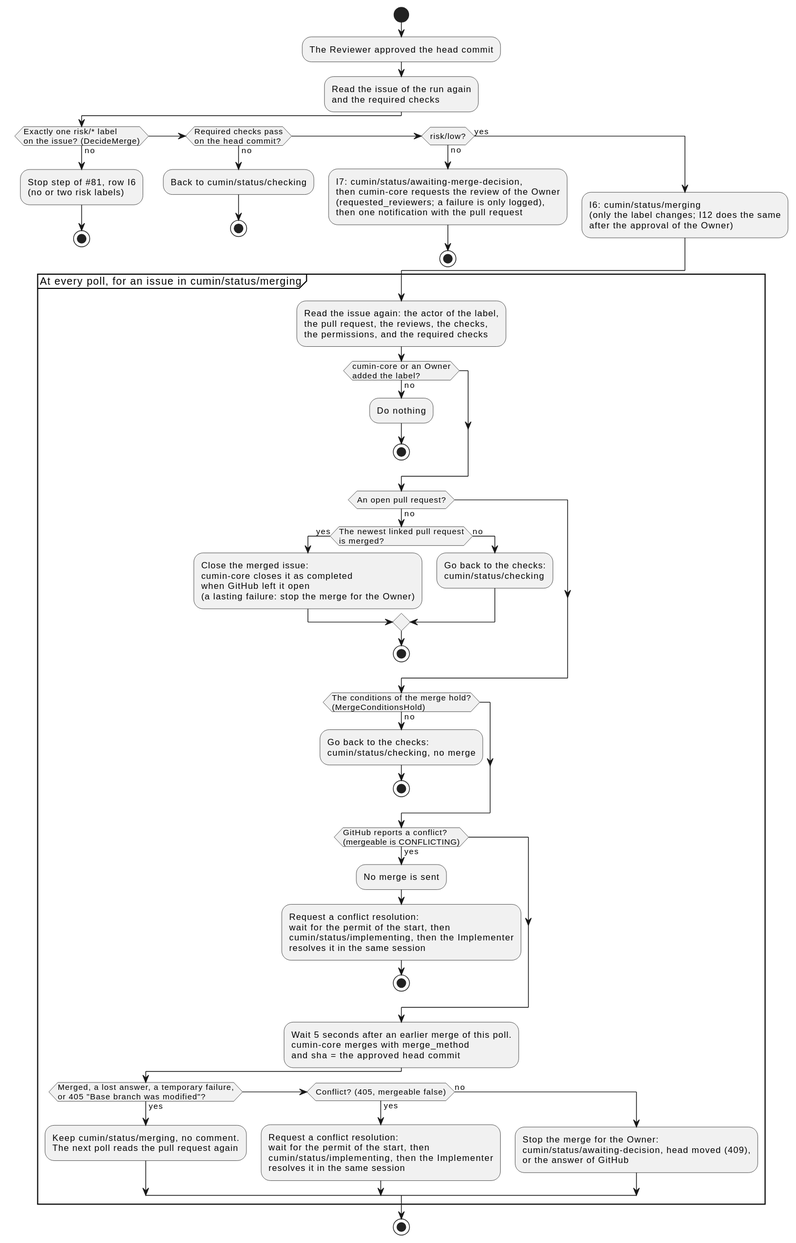
Above: docs/ja/designs/poll-merge.svg in cloveclovedev/cumin-works (PlantUML), before the change.
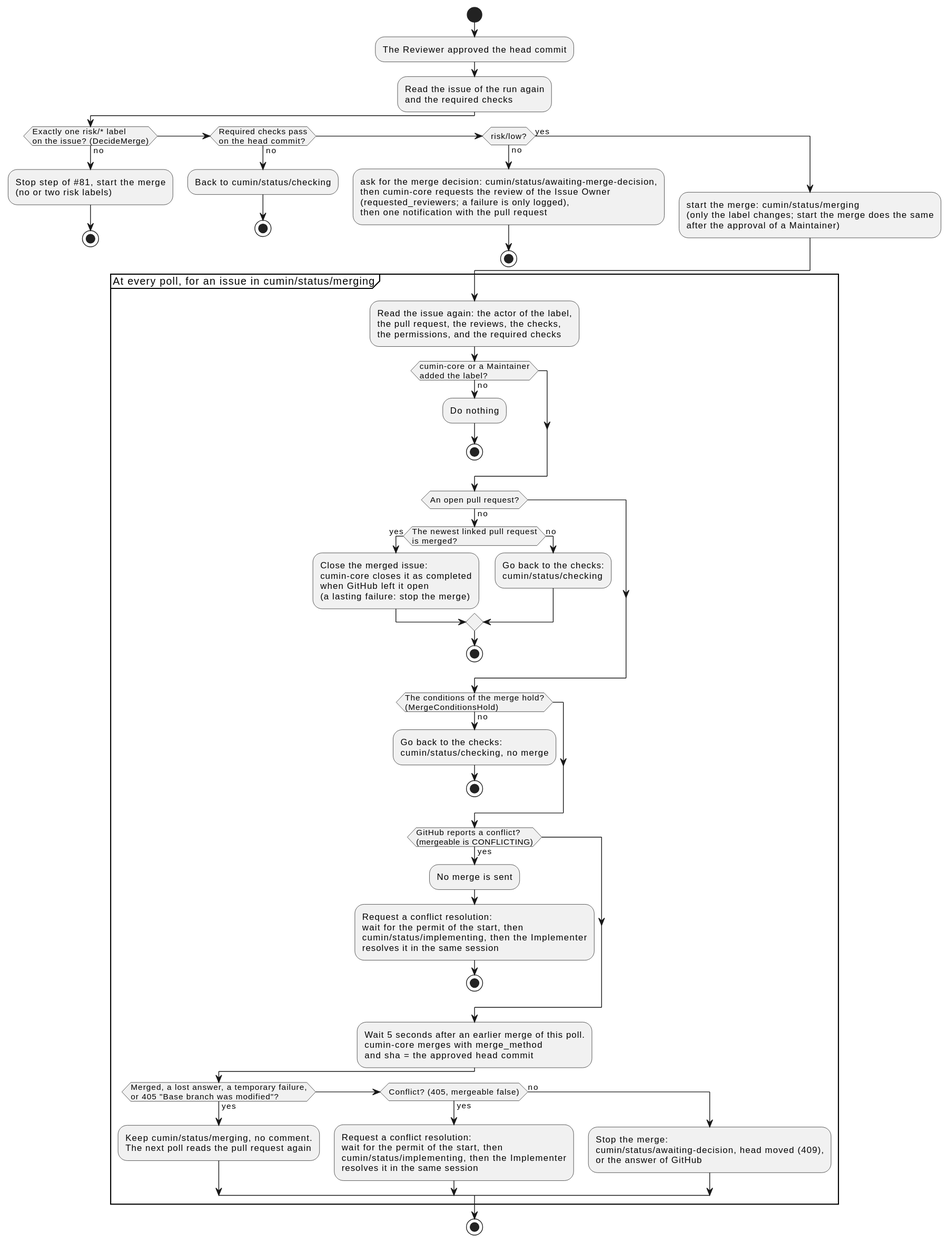
Above is the later version.

The edit, as a diff of the source:
```diff
@@ -8,7 +8,7 @@
 and the required checks;
 if (Exactly one risk/* label
 on the issue? (DecideMerge)) then (no)
-  :Stop step of #81, row I6
+  :Stop step of #81, start the merge
   (no or two risk labels);
   stop
 elseif (Required checks pass
@@ -16,21 +16,21 @@
   :Back to cumin/status/checking;
   stop
 elseif (risk/low?) then (no)
-  :I7: cumin/status/awaiting-merge-decision,
-  then cumin-core requests the review of the Owner
+  :ask for the merge decision: cumin/status/awaiting-merge-decision,
+  then cumin-core requests the review of the Issue Owner
   (requested_reviewers; a failure is only logged),
   then one notification with the pull request;
   stop
 else (yes)
-  :I6: cumin/status/merging
-  (only the label changes; I12 does the same
-  after the approval of the Owner);
+  :start the merge: cumin/status/merging
+  (only the label changes; start the merge does the same
+  after the approval of a Maintainer);
 endif
 partition "At every poll, for an issue in cumin/status/merging" {
   :Read the issue again: the actor of the label,
   the pull request, the reviews, the checks,
   the permissions, and the required checks;
-  if (cumin-core or an Owner
+  if (cumin-core or a Maintainer
 added the label?) then (no)
     :Do nothing;
     stop
@@ -41,7 +41,7 @@
       :Close the merged issue:
       cumin-core closes it as completed
       when GitHub left it open
-      (a lasting failure: stop the merge for the Owner);
+      (a lasting failure: stop the merge);
     else (no)
       :Go back to the checks:
       cumin/status/checking;
@@ -76,7 +76,7 @@
     cumin/status/implementing, then the Implementer
     resolves it in the same session;
   else (no)
-    :Stop the merge for the Owner:
+    :Stop the merge:
     cumin/status/awaiting-decision, head moved (409),
     or the answer of GitHub;
   endif
```
